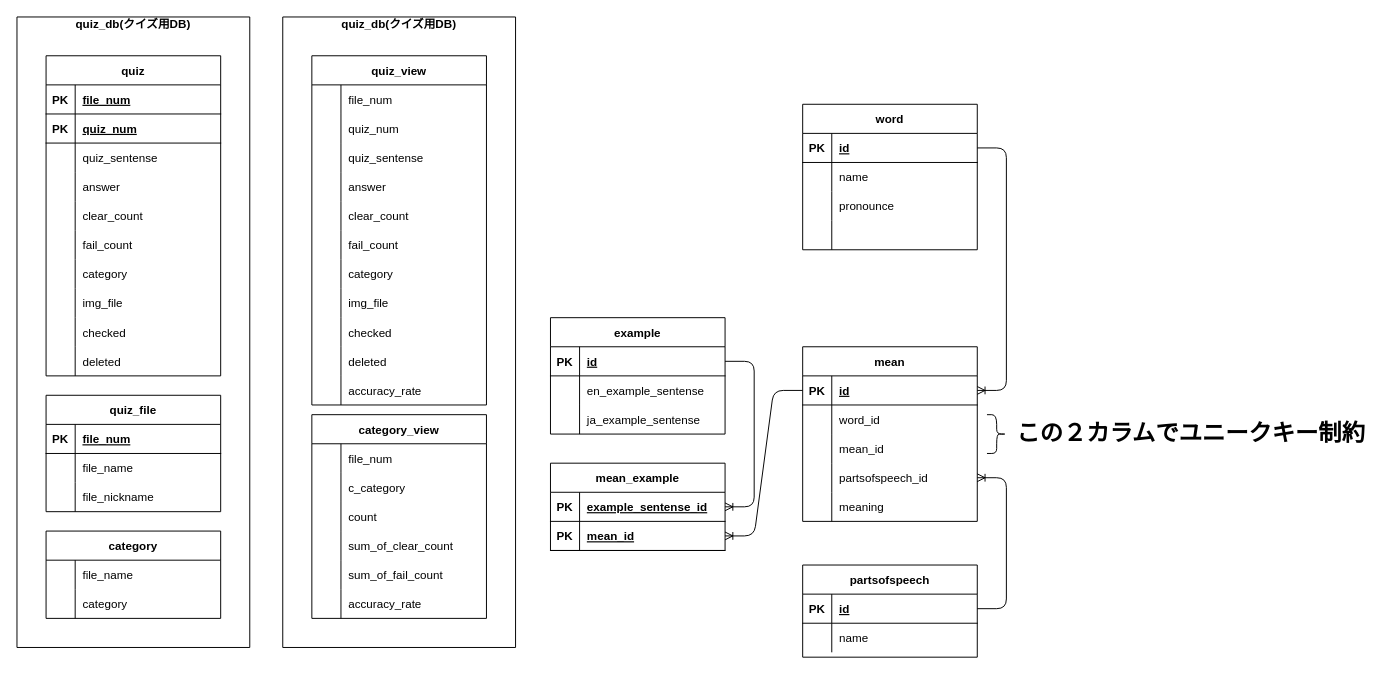
WAT36/WAT-Quizzer keeps this draw.io diagram as database/drawio/erd.dio. Above is the earlier version. Source tidied: cells renumbered, new cells numbered last; positions are measured from the earlier drawing's top-left corner, leaving out a move shared by most shapes. Both pictures are drawn from the tidied source at 97%, with x=0, y=0 at pixel (16, 16).
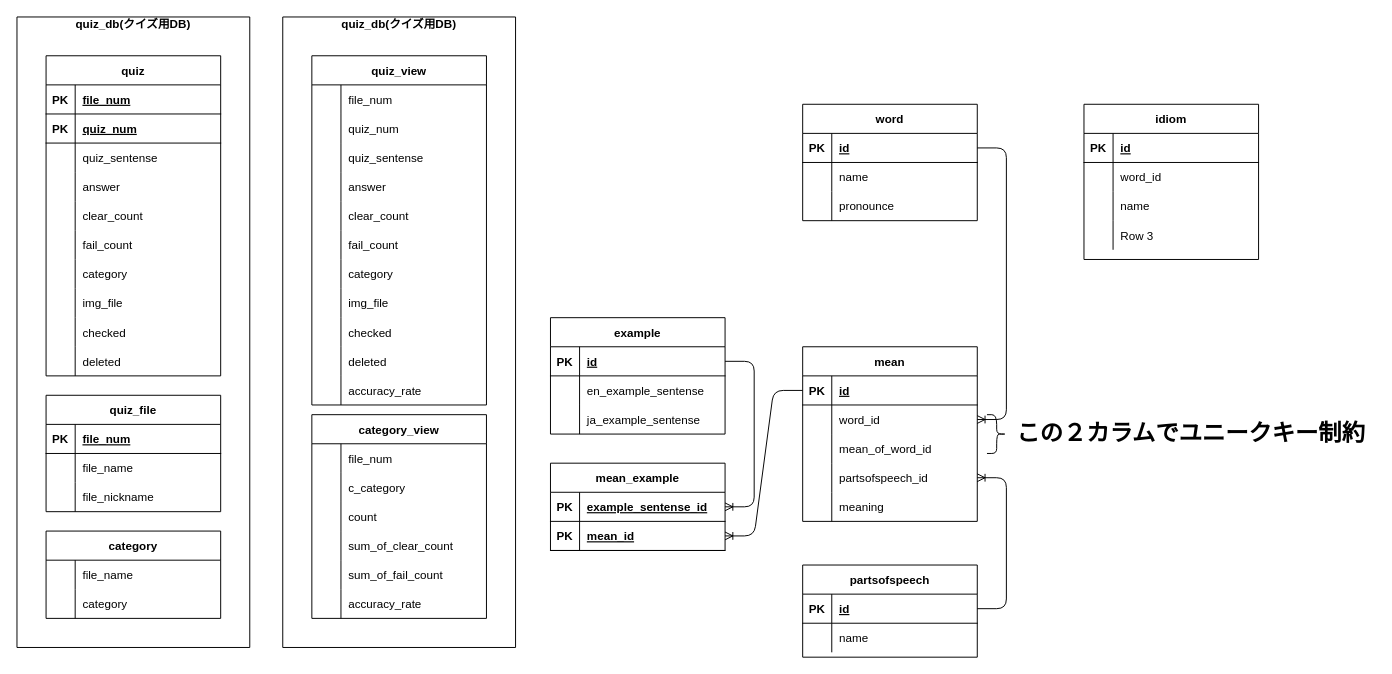
After the change.

Commit message:
英熟語テーブルも追加

The change refers to these unchanged cells:
```xml
<mxCell id="106" style="shape=partialRectangle;fillColor=none;top=0;left=0;bottom=1;right=0;points=[[0,0.5],[1,0.5]];portConstraint=eastwest;" parent="105" vertex="1">
  <mxGeometry y="30" width="180" height="30" as="geometry" />
</mxCell>
<mxCell id="119" style="shape=partialRectangle;fillColor=none;top=0;left=0;bottom=1;right=0;points=[[0,0.5],[1,0.5]];portConstraint=eastwest;" parent="118" vertex="1">
  <mxGeometry y="30" width="180" height="30" as="geometry" />
</mxCell>
<mxCell id="122" style="shape=partialRectangle;fillColor=none;top=0;left=0;bottom=0;right=0;points=[[0,0.5],[1,0.5]];portConstraint=eastwest;" parent="118" vertex="1">
  <mxGeometry y="60" width="180" height="30" as="geometry" />
</mxCell>
<mxCell id="125" style="shape=partialRectangle;fillColor=none;top=0;left=0;bottom=0;right=0;" parent="118" vertex="1">
  <mxGeometry y="90" width="180" height="30" as="geometry" />
</mxCell>
```

The edit, as a diff of the source:
```diff
@@
     <mxCell id="105" value="word" style="shape=table;startSize=30;childLayout=tableLayout;rowLines=0;fontStyle=1;align=center;" parent="1" vertex="1">
-      <mxGeometry x="810" y="90" width="180" height="150" as="geometry" />
+      <mxGeometry x="810" y="90" width="180" height="120" as="geometry" />
     </mxCell>
@@
-    <mxCell id="115" style="shape=partialRectangle;fillColor=none;top=0;left=0;bottom=0;right=0;" parent="105" vertex="1">
-      <mxGeometry y="120" width="180" height="30" as="geometry" />
-    </mxCell>
-    <mxCell id="116" style="shape=partialRectangle;fillColor=none;top=0;left=0;bottom=0;right=0;overflow=hidden;" parent="115" vertex="1">
-      <mxGeometry width="30" height="30" as="geometry" />
-    </mxCell>
-    <mxCell id="117" style="shape=partialRectangle;fillColor=none;top=0;left=0;bottom=0;right=0;align=left;spacingLeft=6;overflow=hidden;" parent="115" vertex="1">
-      <mxGeometry x="30" width="150" height="30" as="geometry" />
-    </mxCell>
@@
-    <mxCell id="127" value="mean_id" style="shape=partialRectangle;fillColor=none;top=0;left=0;bottom=0;right=0;align=left;spacingLeft=6;overflow=hidden;" parent="125" vertex="1">
+    <mxCell id="127" value="mean_of_word_id" style="shape=partialRectangle;fillColor=none;top=0;left=0;bottom=0;right=0;align=left;spacingLeft=6;overflow=hidden;" parent="125" vertex="1">
       <mxGeometry x="30" width="150" height="30" as="geometry" />
     </mxCell>
@@
-    <mxCell id="134" style="edgeStyle=entityRelationEdgeStyle;fontSize=12;html=1;endArrow=ERoneToMany;exitX=1;exitY=0.5;exitDx=0;exitDy=0;entryX=1;entryY=0.5;entryDx=0;entryDy=0;" parent="1" edge="1" source="106" target="119">
+    <mxCell id="134" style="edgeStyle=entityRelationEdgeStyle;fontSize=12;html=1;endArrow=ERoneToMany;exitX=1;exitY=0.5;exitDx=0;exitDy=0;entryX=1;entryY=0.5;entryDx=0;entryDy=0;" parent="1" edge="1" source="106" target="122">
       <mxGeometry relative="1" as="geometry" />
     </mxCell>
@@
+    <mxCell id="164" value="idiom" style="shape=table;startSize=30;childLayout=tableLayout;rowLines=0;fontStyle=1;align=center;" parent="1" vertex="1">
+      <mxGeometry x="1100" y="90" width="180" height="160" as="geometry" />
+    </mxCell>
+    <mxCell id="165" style="shape=partialRectangle;fillColor=none;top=0;left=0;bottom=1;right=0;" parent="164" vertex="1">
+      <mxGeometry y="30" width="180" height="30" as="geometry" />
+    </mxCell>
+    <mxCell id="166" value="PK" style="shape=partialRectangle;fillColor=none;top=0;left=0;bottom=0;right=0;fontStyle=1;overflow=hidden;" parent="165" vertex="1">
+      <mxGeometry width="30" height="30" as="geometry" />
+    </mxCell>
+    <mxCell id="167" value="id" style="shape=partialRectangle;fillColor=none;top=0;left=0;bottom=0;right=0;align=left;spacingLeft=6;fontStyle=5;overflow=hidden;" parent="165" vertex="1">
+      <mxGeometry x="30" width="150" height="30" as="geometry" />
+    </mxCell>
+    <mxCell id="168" style="shape=partialRectangle;fillColor=none;top=0;left=0;bottom=0;right=0;" parent="164" vertex="1">
+      <mxGeometry y="60" width="180" height="30" as="geometry" />
+    </mxCell>
+    <mxCell id="169" style="shape=partialRectangle;fillColor=none;top=0;left=0;bottom=0;right=0;overflow=hidden;" parent="168" vertex="1">
+      <mxGeometry width="30" height="30" as="geometry" />
+    </mxCell>
+    <mxCell id="170" value="word_id" style="shape=partialRectangle;fillColor=none;top=0;left=0;bottom=0;right=0;align=left;spacingLeft=6;overflow=hidden;" parent="168" vertex="1">
+      <mxGeometry x="30" width="150" height="30" as="geometry" />
+    </mxCell>
+    <mxCell id="171" style="shape=partialRectangle;fillColor=none;top=0;left=0;bottom=0;right=0;" parent="164" vertex="1">
+      <mxGeometry y="90" width="180" height="30" as="geometry" />
+    </mxCell>
+    <mxCell id="172" style="shape=partialRectangle;fillColor=none;top=0;left=0;bottom=0;right=0;overflow=hidden;" parent="171" vertex="1">
+      <mxGeometry width="30" height="30" as="geometry" />
+    </mxCell>
+    <mxCell id="173" value="name" style="shape=partialRectangle;fillColor=none;top=0;left=0;bottom=0;right=0;align=left;spacingLeft=6;overflow=hidden;" parent="171" vertex="1">
+      <mxGeometry x="30" width="150" height="30" as="geometry" />
+    </mxCell>
+    <mxCell id="115" style="shape=partialRectangle;fillColor=none;top=0;left=0;bottom=0;right=0;" parent="164" vertex="1">
+      <mxGeometry y="120" width="180" height="30" as="geometry" />
+    </mxCell>
+    <mxCell id="174" style="shape=partialRectangle;fillColor=none;top=0;left=0;bottom=0;right=0;overflow=hidden;" parent="115" vertex="1">
+      <mxGeometry width="30" height="30" as="geometry" />
+    </mxCell>
+    <mxCell id="175" value="Row 3" style="shape=partialRectangle;fillColor=none;top=0;left=0;bottom=0;right=0;align=left;spacingLeft=6;overflow=hidden;" parent="115" vertex="1">
+      <mxGeometry x="30" width="150" height="30" as="geometry" />
+    </mxCell>
```
